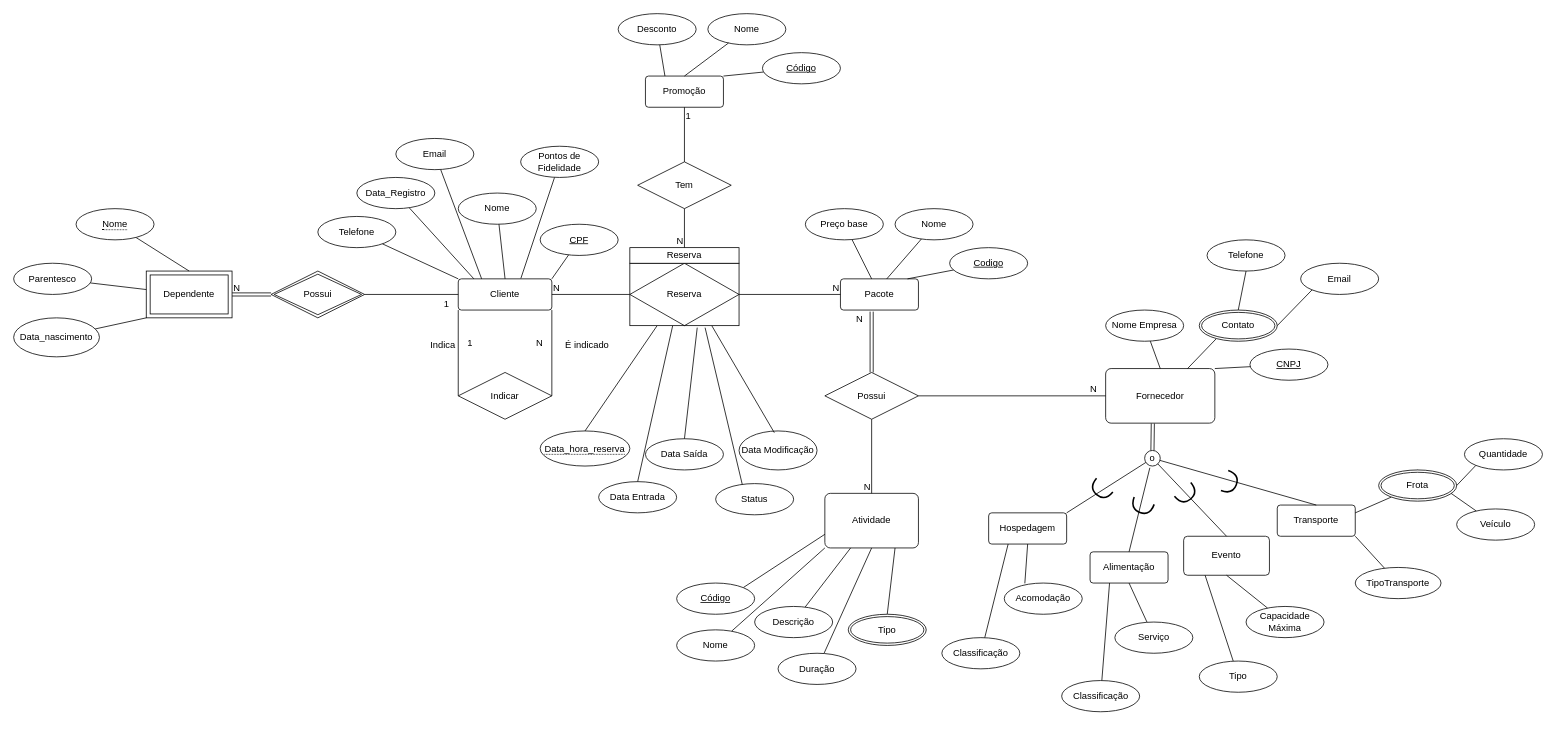
This is EER_tripagency.drawio from marquesgbr/TripAgencySys, a draw.io file, before an edit. Source tidied: cells renumbered, new cells numbered last; positions are measured from the earlier drawing's top-left corner, leaving out a move shared by most shapes. Both pictures are drawn from the tidied source at 78%, with x=0, y=0 at pixel (13, 13).
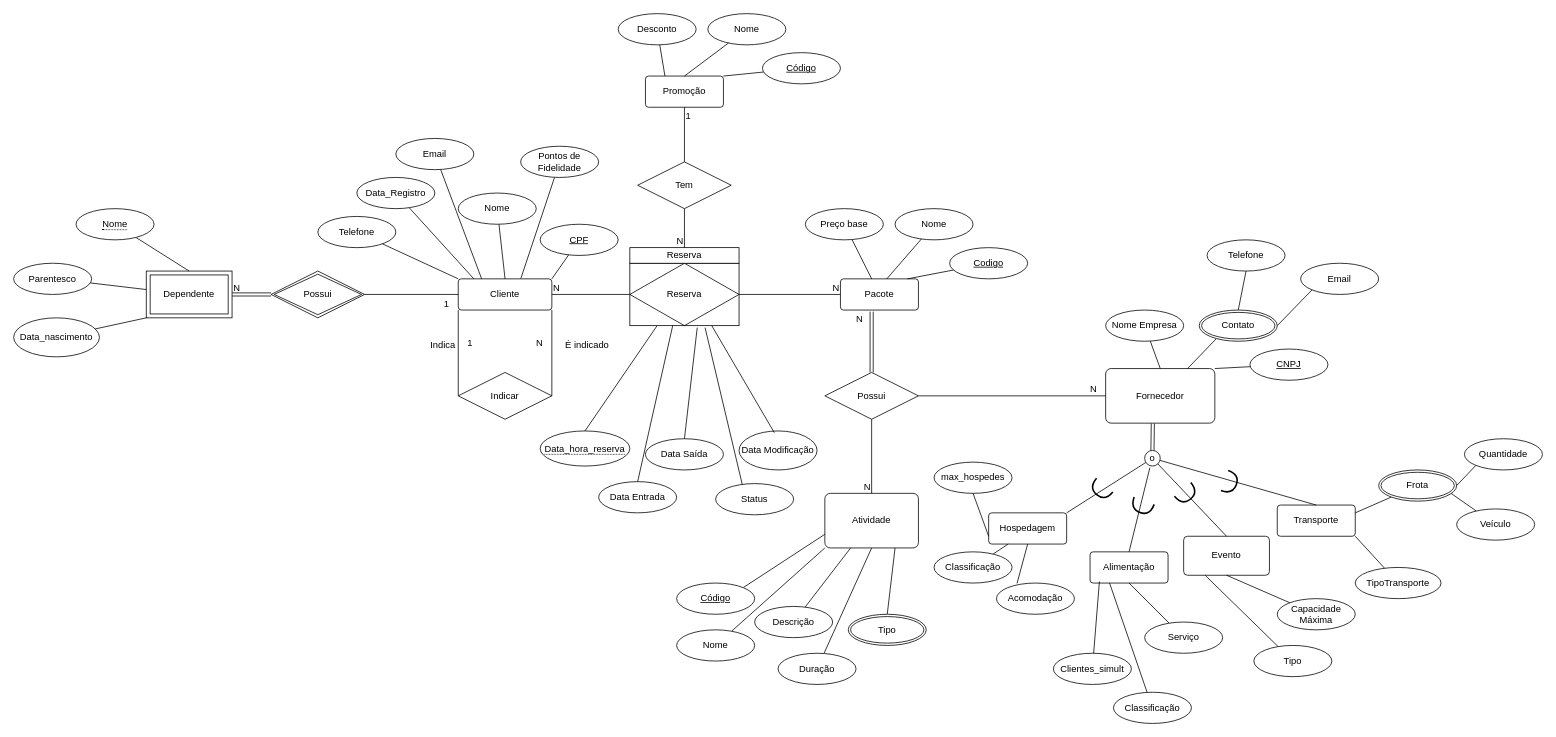
Above is the later version.

Commit message (it also covers changes not shown here):
feat: add suppliers reports & view queries

The change refers to these unchanged cells:
```xml
<mxCell id="29" value="Alimentação" style="rounded=1;arcSize=10;whiteSpace=wrap;html=1;align=center;" parent="1" vertex="1">
  <mxGeometry x="1380" y="690" width="100" height="40" as="geometry" />
</mxCell>
<mxCell id="30" value="Hospedagem" style="rounded=1;arcSize=10;whiteSpace=wrap;html=1;align=center;" parent="1" vertex="1">
  <mxGeometry x="1250" y="640" width="100" height="40" as="geometry" />
</mxCell>
```

Change to the diagram source:
```diff
@@
     <mxCell id="96" value="Classificação" style="ellipse;whiteSpace=wrap;html=1;align=center;" parent="1" vertex="1">
-      <mxGeometry x="1190" y="800" width="100" height="40" as="geometry" />
+      <mxGeometry x="1180" y="690" width="100" height="40" as="geometry" />
     </mxCell>
@@
     <mxCell id="98" value="Acomodação" style="ellipse;whiteSpace=wrap;html=1;align=center;" parent="1" vertex="1">
-      <mxGeometry x="1270" y="730" width="100" height="40" as="geometry" />
+      <mxGeometry x="1260" y="730" width="100" height="40" as="geometry" />
     </mxCell>
@@
     <mxCell id="108" value="Classificação" style="ellipse;whiteSpace=wrap;html=1;align=center;" parent="1" vertex="1">
-      <mxGeometry x="1343.6" y="855" width="100" height="40" as="geometry" />
+      <mxGeometry x="1410" y="870" width="100" height="40" as="geometry" />
     </mxCell>
@@
     <mxCell id="110" value="Serviço" style="ellipse;whiteSpace=wrap;html=1;align=center;" parent="1" vertex="1">
-      <mxGeometry x="1411.8" y="780" width="100" height="40" as="geometry" />
+      <mxGeometry x="1450" y="780" width="100" height="40" as="geometry" />
     </mxCell>
@@
     <mxCell id="112" value="Tipo" style="ellipse;whiteSpace=wrap;html=1;align=center;" parent="1" vertex="1">
-      <mxGeometry x="1520" y="830" width="100" height="40" as="geometry" />
+      <mxGeometry x="1590" y="810" width="100" height="40" as="geometry" />
     </mxCell>
@@
     <mxCell id="114" value="Capacidade Máxima" style="ellipse;whiteSpace=wrap;html=1;align=center;" parent="1" vertex="1">
-      <mxGeometry x="1580" y="760" width="100" height="40" as="geometry" />
+      <mxGeometry x="1620" y="750" width="100" height="40" as="geometry" />
     </mxCell>
@@
+    <mxCell id="133" value="max_hospedes" style="ellipse;whiteSpace=wrap;html=1;align=center;" parent="1" vertex="1">
+      <mxGeometry x="1180" y="575" width="100" height="40" as="geometry" />
+    </mxCell>
+    <mxCell id="134" style="rounded=0;jettySize=auto;html=1;entryX=0;entryY=0.75;entryDx=0;entryDy=0;endArrow=none;endFill=0;exitX=0.5;exitY=1;exitDx=0;exitDy=0;" parent="1" edge="1" source="133" target="30">
+      <mxGeometry relative="1" as="geometry" />
+    </mxCell>
+    <mxCell id="135" value="Clientes_simult" style="ellipse;whiteSpace=wrap;html=1;align=center;" parent="1" vertex="1">
+      <mxGeometry x="1333" y="820" width="100" height="40" as="geometry" />
+    </mxCell>
+    <mxCell id="136" style="rounded=0;jettySize=auto;html=1;entryX=0.12;entryY=0.95;entryDx=0;entryDy=0;endArrow=none;endFill=0;entryPerimeter=0;" parent="1" edge="1" source="135" target="29">
+      <mxGeometry relative="1" as="geometry" />
+    </mxCell>
```
